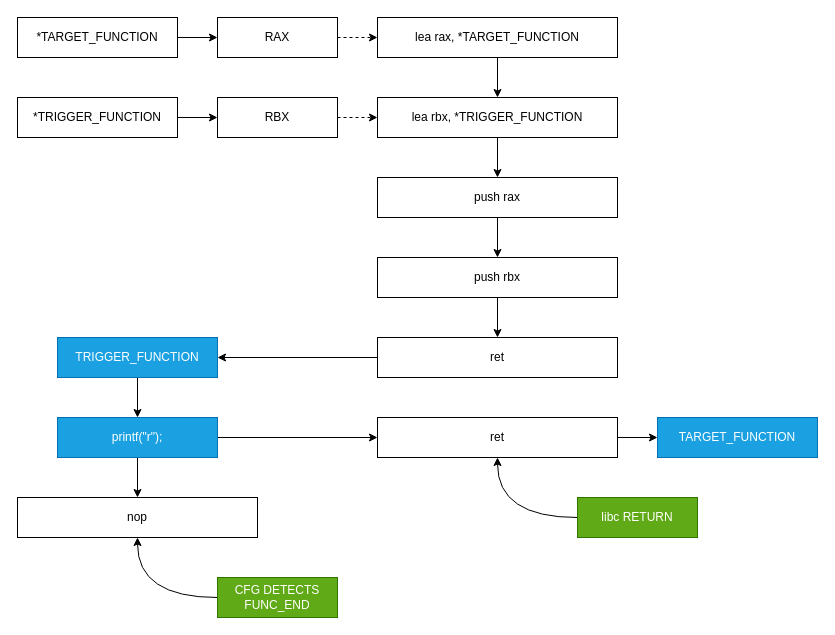
Above: research/function_boundary/BRKDEC_FUNC_BOUNDARY.drawio in therustymate/BRKDEC (draw.io), before the change. Source tidied: cells renumbered, new cells numbered last; positions are measured from the earlier drawing's top-left corner, leaving out a move shared by most shapes. Both pictures are drawn from the tidied source at 100%, with x=0, y=0 at pixel (17, 17).
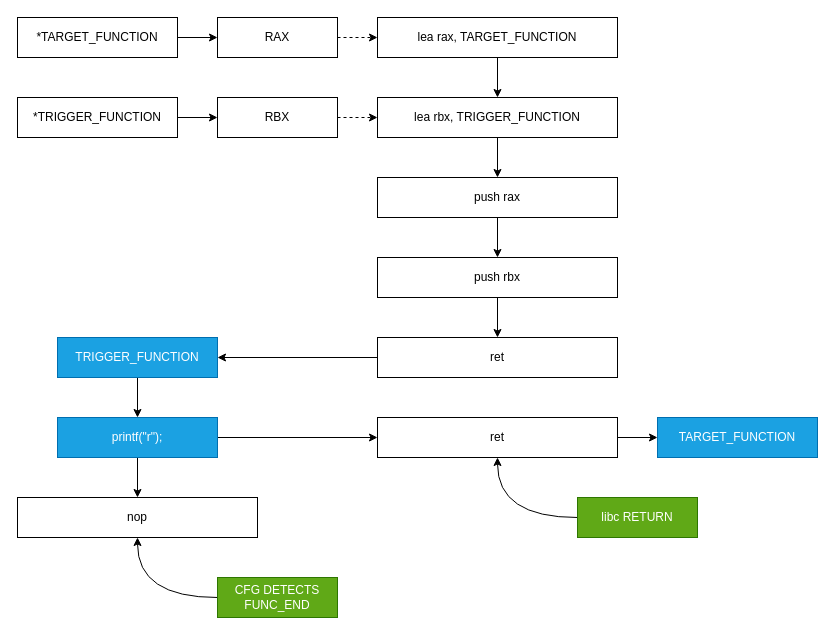
After the change.

Diff of the diagram source:
```diff
@@
-    <mxCell id="19" value="lea rbx, *TRIGGER_FUNCTION" style="rounded=0;whiteSpace=wrap;html=1;fontSize=12;" parent="1" vertex="1">
+    <mxCell id="19" value="lea rbx, TRIGGER_FUNCTION" style="rounded=0;whiteSpace=wrap;html=1;fontSize=12;" parent="1" vertex="1">
       <mxGeometry x="360" y="80" width="240" height="40" as="geometry" />
     </mxCell>
@@
-    <mxCell id="21" value="lea rax, *TARGET_FUNCTION" style="rounded=0;whiteSpace=wrap;html=1;fontSize=12;" parent="1" vertex="1">
+    <mxCell id="21" value="lea rax, TARGET_FUNCTION" style="rounded=0;whiteSpace=wrap;html=1;fontSize=12;" parent="1" vertex="1">
       <mxGeometry x="360" width="240" height="40" as="geometry" />
     </mxCell>
```
